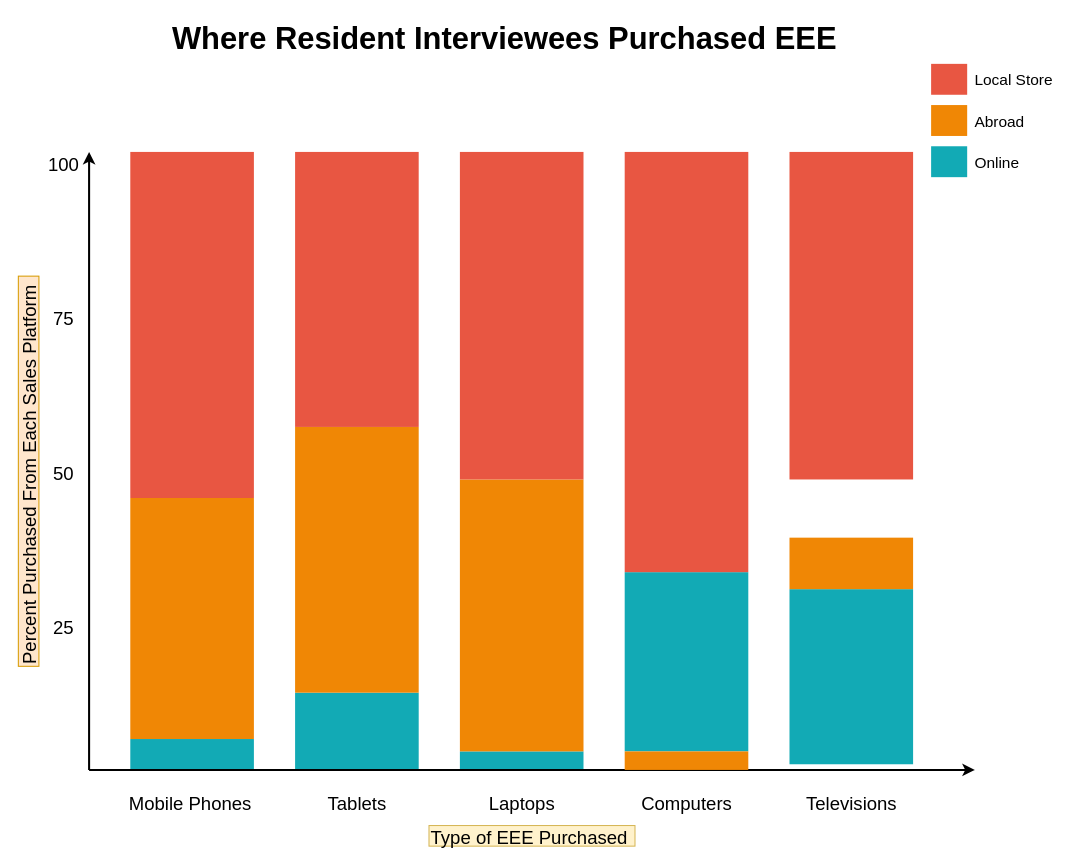
Before: Untitled Diagram.drawio in littlekittycoder/masterthesis, a draw.io diagram. Source tidied: cells renumbered, new cells numbered last; positions are measured from the earlier drawing's top-left corner, leaving out a move shared by most shapes. Both pictures are drawn from the tidied source at 103%, with x=0, y=0 at pixel (-167, 18).
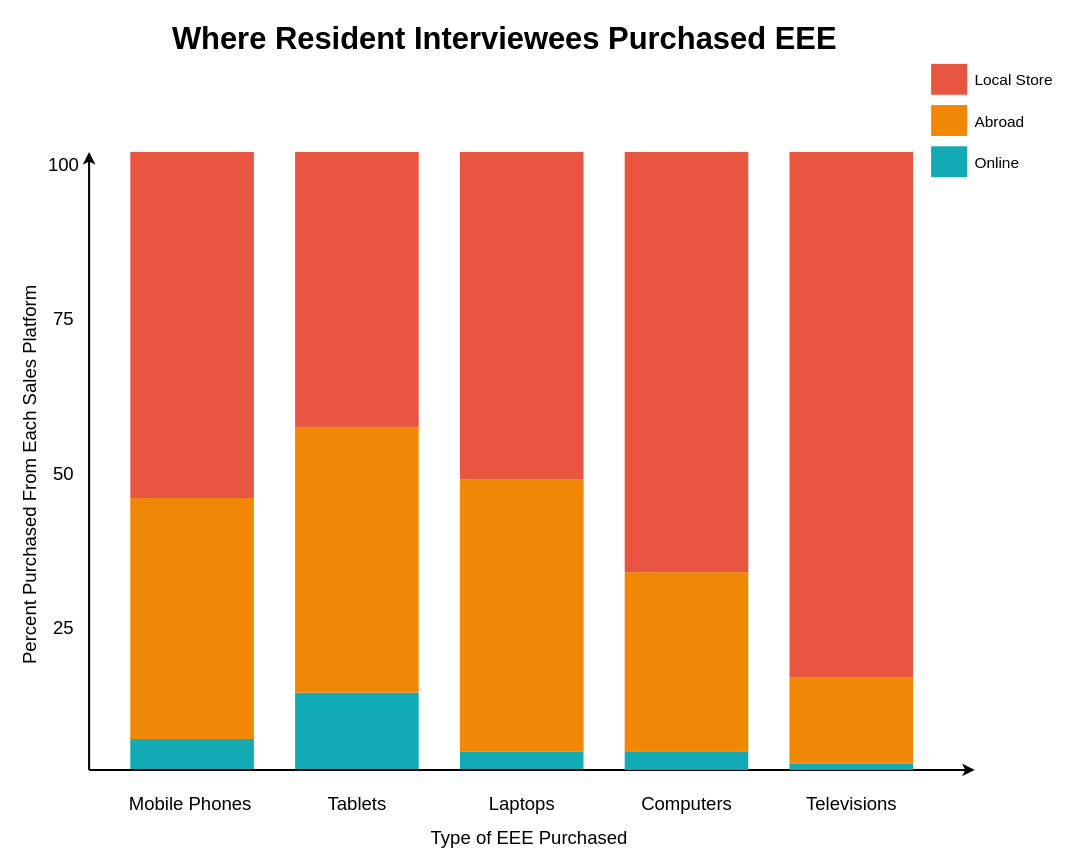
The same diagram, later.

Diff of the diagram source:
```diff
@@
-    <mxCell id="5" style="whiteSpace=wrap;fillColor=#12AAB5;gradientColor=none;gradientDirection=east;strokeColor=none;html=1;fontColor=#23445d;" parent="1" vertex="1">
+    <mxCell id="5" style="whiteSpace=wrap;gradientColor=none;gradientDirection=east;strokeColor=none;html=1;fontColor=#23445d;fillColor=#F08705;" parent="1" vertex="1">
       <mxGeometry x="768" y="538" width="120" height="174" as="geometry" />
     </mxCell>
@@
-    <mxCell id="14" value="Type of EEE Purchased" style="text;spacingTop=-5;html=1;fontSize=18;fontStyle=0;fillColor=#fff2cc;strokeColor=#d6b656;" parent="1" vertex="1">
+    <mxCell id="14" value="Type of EEE Purchased" style="text;spacingTop=-5;html=1;fontSize=18;fontStyle=0;" parent="1" vertex="1">
       <mxGeometry x="578" y="784" width="200" height="20" as="geometry" />
     </mxCell>
@@
-    <mxCell id="24" value="Percent Purchased From Each Sales Platform" style="text;spacingTop=-5;html=1;fontSize=18;fontStyle=0;rotation=-90;fillColor=#ffe6cc;strokeColor=#d79b00;" parent="1" vertex="1">
+    <mxCell id="24" value="Percent Purchased From Each Sales Platform" style="text;spacingTop=-5;html=1;fontSize=18;fontStyle=0;rotation=-90;" parent="1" vertex="1">
       <mxGeometry x="-0.1" y="430" width="378.8" height="20" as="geometry" />
     </mxCell>
@@
-    <mxCell id="29" style="whiteSpace=wrap;fillColor=#F08705;gradientColor=none;gradientDirection=east;strokeColor=none;html=1;fontColor=#23445d;" parent="1" vertex="1">
+    <mxCell id="29" style="whiteSpace=wrap;gradientColor=none;gradientDirection=east;strokeColor=none;html=1;fontColor=#23445d;fillColor=#12AAB5;" parent="1" vertex="1">
       <mxGeometry x="768" y="712" width="120" height="18" as="geometry" />
     </mxCell>
@@
     <mxCell id="33" style="whiteSpace=wrap;fillColor=#12AAB5;gradientColor=none;gradientDirection=east;strokeColor=none;html=1;fontColor=#23445d;" parent="1" vertex="1">
-      <mxGeometry x="928" y="554.5" width="120" height="170" as="geometry" />
+      <mxGeometry x="928" y="724" width="120" height="6" as="geometry" />
     </mxCell>
@@
     <mxCell id="35" style="whiteSpace=wrap;fillColor=#F08705;gradientColor=none;gradientDirection=east;strokeColor=none;html=1;fontColor=#23445d;" parent="1" vertex="1">
-      <mxGeometry x="928" y="504.5" width="120" height="50" as="geometry" />
+      <mxGeometry x="928" y="640" width="120" height="84" as="geometry" />
     </mxCell>
     <mxCell id="36" style="whiteSpace=wrap;fillColor=#E85642;gradientColor=none;gradientDirection=east;strokeColor=none;html=1;fontColor=#23445d;" parent="1" vertex="1">
-      <mxGeometry x="928" y="130" width="120" height="318" as="geometry" />
+      <mxGeometry x="928" y="130" width="120" height="510" as="geometry" />
     </mxCell>
```
